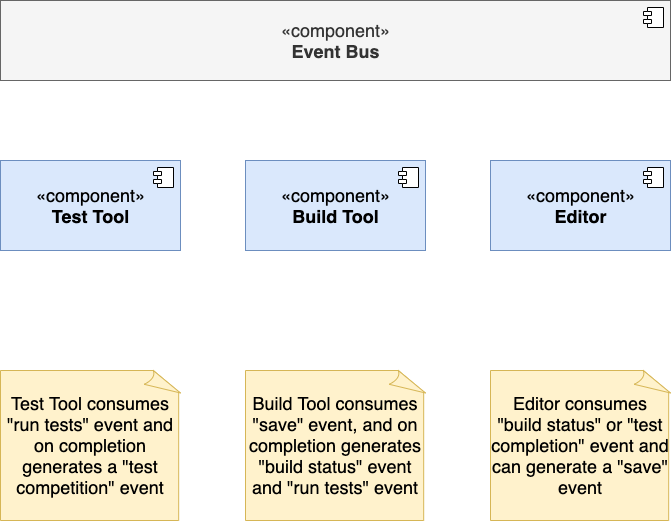
This is Architectural styles/Implicit Invocation Systems/EventBasedComponentDiagram.png from smitbmx/Architecture-Diagrams, a draw.io export, as it was before one commit. Source tidied: cells renumbered, new cells last; positions are measured from the earlier drawing's top-left corner, leaving out a move shared by most shapes.
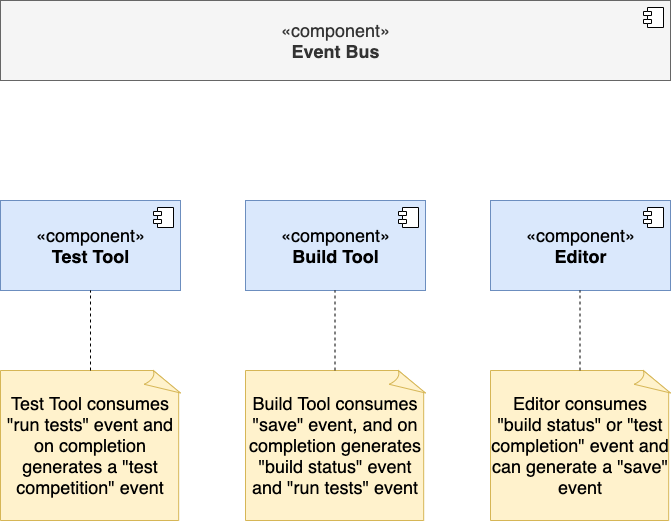
The same diagram one commit later.

Change to the diagram source:
```diff
@@ -11,7 +11,7 @@
       </mxGeometry>
     </mxCell>
     <mxCell id="4" value="«component»&lt;br&gt;&lt;b&gt;Test Tool&lt;/b&gt;" style="html=1;fontSize=18;fillColor=#dae8fc;strokeColor=#6c8ebf;" parent="1" vertex="1">
-      <mxGeometry y="160" width="180" height="90" as="geometry" />
+      <mxGeometry y="200" width="180" height="90" as="geometry" />
     </mxCell>
     <mxCell id="5" style="shape=module;jettyWidth=8;jettyHeight=4;fontSize=18;" parent="4" vertex="1">
       <mxGeometry x="1" width="20" height="20" relative="1" as="geometry">
@@ -19,7 +19,7 @@
       </mxGeometry>
     </mxCell>
     <mxCell id="6" value="«component»&lt;br&gt;&lt;b&gt;Build Tool&lt;/b&gt;" style="html=1;fontSize=18;fillColor=#dae8fc;strokeColor=#6c8ebf;" parent="1" vertex="1">
-      <mxGeometry x="245" y="160" width="180" height="90" as="geometry" />
+      <mxGeometry x="245" y="200" width="180" height="90" as="geometry" />
     </mxCell>
     <mxCell id="7" style="shape=module;jettyWidth=8;jettyHeight=4;fontSize=18;" parent="6" vertex="1">
       <mxGeometry x="1" width="20" height="20" relative="1" as="geometry">
@@ -27,7 +27,7 @@
       </mxGeometry>
     </mxCell>
     <mxCell id="8" value="«component»&lt;br&gt;&lt;b&gt;Editor&lt;/b&gt;" style="html=1;fontSize=18;fillColor=#dae8fc;strokeColor=#6c8ebf;" parent="1" vertex="1">
-      <mxGeometry x="490" y="160" width="180" height="90" as="geometry" />
+      <mxGeometry x="490" y="200" width="180" height="90" as="geometry" />
     </mxCell>
     <mxCell id="9" style="shape=module;jettyWidth=8;jettyHeight=4;fontSize=18;" parent="8" vertex="1">
       <mxGeometry x="1" width="20" height="20" relative="1" as="geometry">
@@ -43,5 +43,20 @@
     <mxCell id="12" value="Editor consumes &quot;build status&quot; or &quot;test completion&quot; event and can generate a &quot;save&quot; event" style="whiteSpace=wrap;html=1;shape=mxgraph.basic.document;fontSize=18;fillColor=#fff2cc;strokeColor=#d6b656;" parent="1" vertex="1">
       <mxGeometry x="490" y="370" width="180" height="150" as="geometry" />
     </mxCell>
+    <mxCell id="13" style="endArrow=none;dashed=1;html=1;rounded=0;fontSize=18;exitX=0.5;exitY=0;exitDx=0;exitDy=0;exitPerimeter=0;entryX=0.5;entryY=1;entryDx=0;entryDy=0;" parent="1" edge="1" source="10" target="4">
+      <mxGeometry relative="1" as="geometry" />
+    </mxCell>
+    <mxCell id="14" style="endArrow=none;dashed=1;html=1;rounded=0;fontSize=18;exitX=0.5;exitY=0;exitDx=0;exitDy=0;exitPerimeter=0;entryX=0.5;entryY=1;entryDx=0;entryDy=0;" parent="1" edge="1">
+      <mxGeometry relative="1" as="geometry">
+        <mxPoint x="334.5" y="370" as="sourcePoint" />
+        <mxPoint x="334.5" y="290" as="targetPoint" />
+      </mxGeometry>
+    </mxCell>
+    <mxCell id="15" style="endArrow=none;dashed=1;html=1;rounded=0;fontSize=18;exitX=0.5;exitY=0;exitDx=0;exitDy=0;exitPerimeter=0;entryX=0.5;entryY=1;entryDx=0;entryDy=0;" parent="1" edge="1">
+      <mxGeometry relative="1" as="geometry">
+        <mxPoint x="579.5" y="370" as="sourcePoint" />
+        <mxPoint x="579.5" y="290" as="targetPoint" />
+      </mxGeometry>
+    </mxCell>
   </root>
 </mxGraphModel>
```
